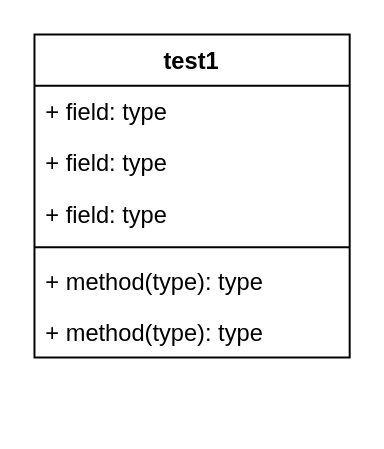
Before: worldModel.drawio in csgeneral/uml-cssyj, a draw.io diagram. Source tidied: cells renumbered, new cells numbered last; positions are measured from the earlier drawing's top-left corner, leaving out a move shared by most shapes. Both pictures are drawn from the tidied source at 197%, with x=0, y=0 at pixel (33, 33).
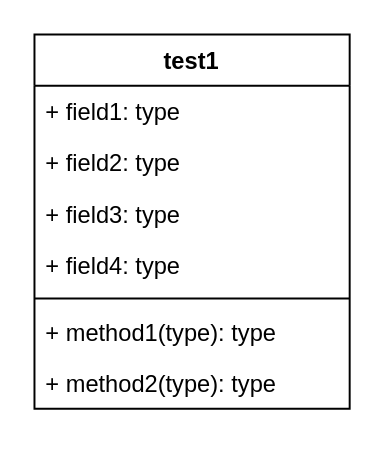
The same page after the edit.

The edit, as a diff of the source:
```diff
@@
 <mxGraphModel>
   <root>
     <mxCell id="0" />
     <mxCell id="1" parent="0" />
     <mxCell id="2" value="test1" style="swimlane;fontStyle=1;align=center;verticalAlign=top;horizontal=1;startSize=26;whiteSpace=wrap;html=1;" parent="1" vertex="1">
-      <mxGeometry width="160" height="164" as="geometry" />
+      <mxGeometry width="160" height="190" as="geometry" />
     </mxCell>
-    <mxCell id="3" value="+ field: type" style="text;strokeColor=none;fillColor=none;align=left;verticalAlign=top;spacingLeft=4;spacingRight=4;overflow=hidden;whiteSpace=wrap;html=1;" parent="2" vertex="1">
+    <mxCell id="3" value="+ field1: type" style="text;strokeColor=none;fillColor=none;align=left;verticalAlign=top;spacingLeft=4;spacingRight=4;overflow=hidden;whiteSpace=wrap;html=1;" parent="2" vertex="1">
       <mxGeometry y="26" width="160" height="26" as="geometry" />
     </mxCell>
-    <mxCell id="4" value="+ field: type" style="text;strokeColor=none;fillColor=none;align=left;verticalAlign=top;spacingLeft=4;spacingRight=4;overflow=hidden;whiteSpace=wrap;html=1;" parent="2" vertex="1">
+    <mxCell id="4" value="+ field2: type" style="text;strokeColor=none;fillColor=none;align=left;verticalAlign=top;spacingLeft=4;spacingRight=4;overflow=hidden;whiteSpace=wrap;html=1;" parent="2" vertex="1">
       <mxGeometry y="52" width="160" height="26" as="geometry" />
     </mxCell>
-    <mxCell id="5" value="+ field: type" style="text;strokeColor=none;fillColor=none;align=left;verticalAlign=top;spacingLeft=4;spacingRight=4;overflow=hidden;whiteSpace=wrap;html=1;" parent="2" vertex="1">
+    <mxCell id="5" value="+ field3: type" style="text;strokeColor=none;fillColor=none;align=left;verticalAlign=top;spacingLeft=4;spacingRight=4;overflow=hidden;whiteSpace=wrap;html=1;" parent="2" vertex="1">
       <mxGeometry y="78" width="160" height="26" as="geometry" />
     </mxCell>
+    <mxCell id="9" value="+ field4: type&amp;nbsp;" style="text;strokeColor=none;fillColor=none;align=left;verticalAlign=top;spacingLeft=4;spacingRight=4;overflow=hidden;whiteSpace=wrap;html=1;" parent="2" vertex="1">
+      <mxGeometry y="104" width="160" height="26" as="geometry" />
+    </mxCell>
     <mxCell id="6" style="line;strokeWidth=1;fillColor=none;align=left;verticalAlign=middle;spacingTop=-1;spacingLeft=3;spacingRight=3;labelPosition=right;strokeColor=inherit;" parent="2" vertex="1">
-      <mxGeometry y="104" width="160" height="8" as="geometry" />
+      <mxGeometry y="130" width="160" height="8" as="geometry" />
     </mxCell>
-    <mxCell id="7" value="+ method(type): type" style="text;strokeColor=none;fillColor=none;align=left;verticalAlign=top;spacingLeft=4;spacingRight=4;overflow=hidden;whiteSpace=wrap;html=1;" parent="2" vertex="1">
-      <mxGeometry y="112" width="160" height="26" as="geometry" />
+    <mxCell id="7" value="+ method1(type): type" style="text;strokeColor=none;fillColor=none;align=left;verticalAlign=top;spacingLeft=4;spacingRight=4;overflow=hidden;whiteSpace=wrap;html=1;" parent="2" vertex="1">
+      <mxGeometry y="138" width="160" height="26" as="geometry" />
     </mxCell>
-    <mxCell id="8" value="+ method(type): type" style="text;strokeColor=none;fillColor=none;align=left;verticalAlign=top;spacingLeft=4;spacingRight=4;overflow=hidden;whiteSpace=wrap;html=1;" parent="2" vertex="1">
-      <mxGeometry y="138" width="160" height="26" as="geometry" />
+    <mxCell id="8" value="+ method2(type): type" style="text;strokeColor=none;fillColor=none;align=left;verticalAlign=top;spacingLeft=4;spacingRight=4;overflow=hidden;whiteSpace=wrap;html=1;" parent="2" vertex="1">
+      <mxGeometry y="164" width="160" height="26" as="geometry" />
     </mxCell>
   </root>
 </mxGraphModel>
```
